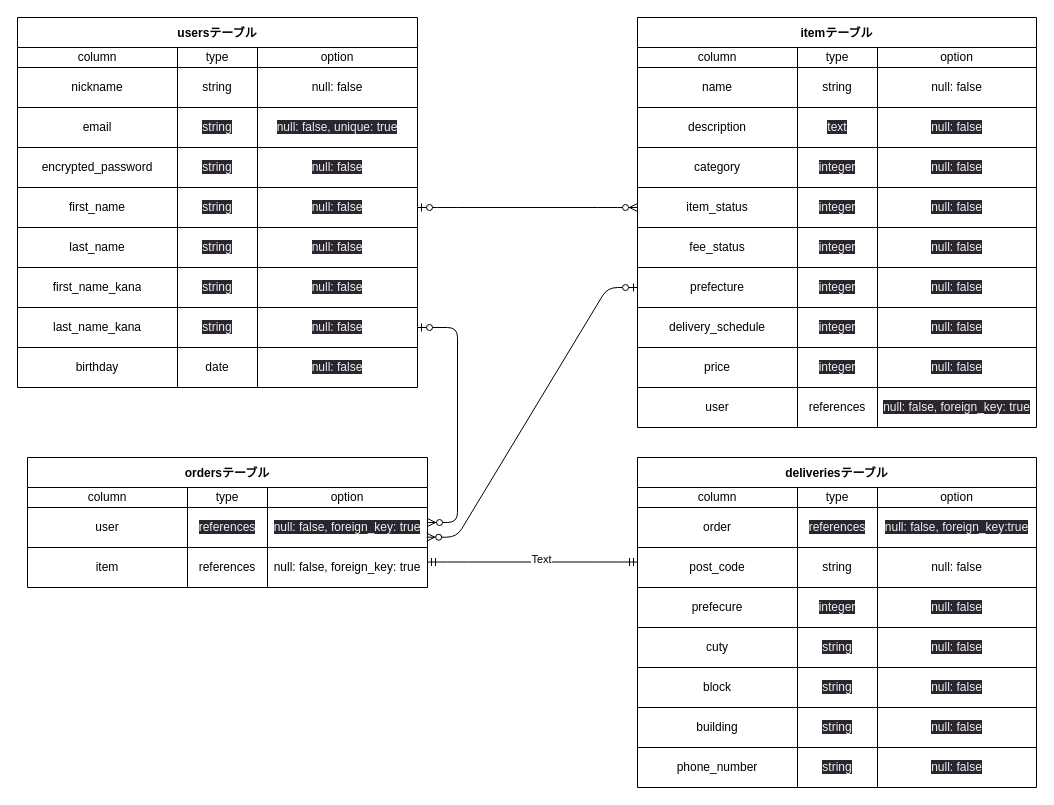
This is furima.dio from en-yoshi/furima-39251, a draw.io file, before an edit. Source tidied: cells renumbered, new cells numbered last; positions are measured from the earlier drawing's top-left corner, leaving out a move shared by most shapes. Both pictures are drawn from the tidied source at 100%, with x=0, y=0 at pixel (17, 17).
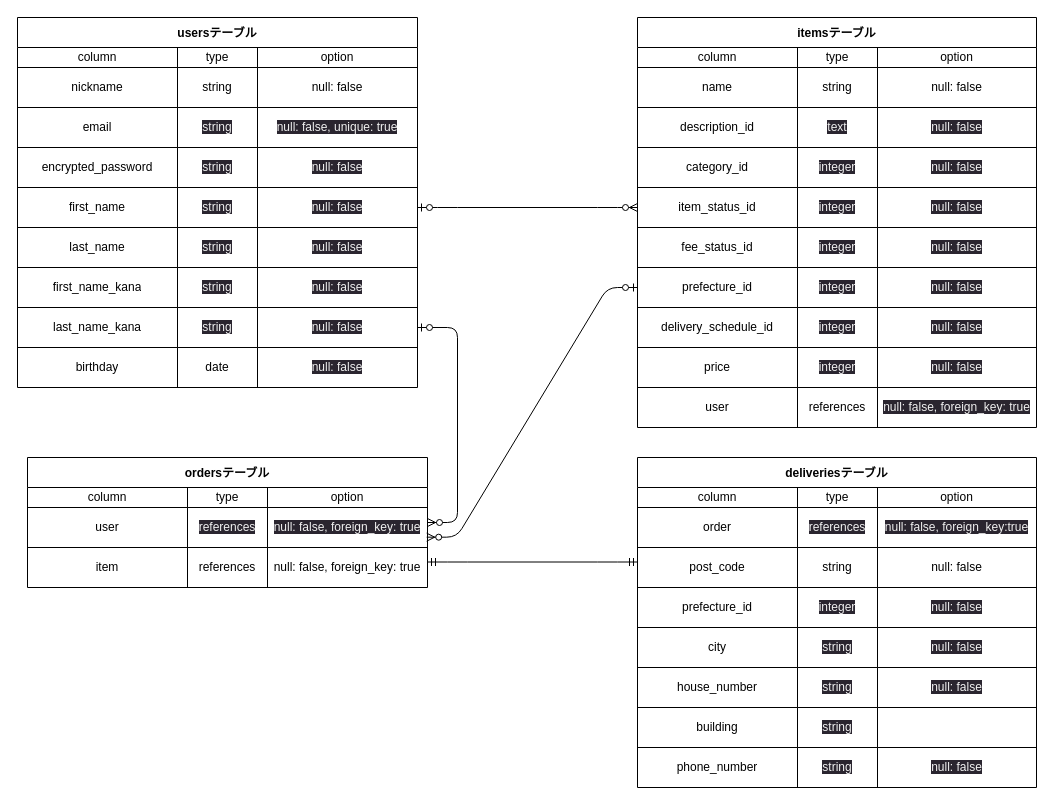
The same diagram, later.

The change refers to these unchanged cells:
```xml
<mxCell id="49" style="shape=tableRow;horizontal=0;startSize=0;swimlaneHead=0;swimlaneBody=0;top=0;left=0;bottom=0;right=0;fillColor=none;" parent="40" vertex="1">
  <mxGeometry y="90" width="399" height="40" as="geometry" />
</mxCell>
<mxCell id="53" style="shape=tableRow;horizontal=0;startSize=0;swimlaneHead=0;swimlaneBody=0;top=0;left=0;bottom=0;right=0;fillColor=none;" parent="40" vertex="1">
  <mxGeometry y="130" width="399" height="40" as="geometry" />
</mxCell>
<mxCell id="57" style="shape=tableRow;horizontal=0;startSize=0;swimlaneHead=0;swimlaneBody=0;top=0;left=0;bottom=0;right=0;fillColor=none;points=[[0,0.5],[1,0.5]];portConstraint=eastwest;" parent="40" vertex="1">
  <mxGeometry y="170" width="399" height="40" as="geometry" />
</mxCell>
<mxCell id="61" style="shape=tableRow;horizontal=0;startSize=0;swimlaneHead=0;swimlaneBody=0;top=0;left=0;bottom=0;right=0;fillColor=none;" parent="40" vertex="1">
  <mxGeometry y="210" width="399" height="40" as="geometry" />
</mxCell>
<mxCell id="65" style="shape=tableRow;horizontal=0;startSize=0;swimlaneHead=0;swimlaneBody=0;top=0;left=0;bottom=0;right=0;fillColor=none;points=[[0,0.5],[1,0.5]];portConstraint=eastwest;" parent="40" vertex="1">
  <mxGeometry y="250" width="399" height="40" as="geometry" />
</mxCell>
<mxCell id="69" style="shape=tableRow;horizontal=0;startSize=0;swimlaneHead=0;swimlaneBody=0;top=0;left=0;bottom=0;right=0;fillColor=none;" parent="40" vertex="1">
  <mxGeometry y="290" width="399" height="40" as="geometry" />
</mxCell>
<mxCell id="109" style="shape=tableRow;horizontal=0;startSize=0;swimlaneHead=0;swimlaneBody=0;top=0;left=0;bottom=0;right=0;fillColor=none;" parent="96" vertex="1">
  <mxGeometry y="130" width="399" height="40" as="geometry" />
</mxCell>
<mxCell id="113" style="shape=tableRow;horizontal=0;startSize=0;swimlaneHead=0;swimlaneBody=0;top=0;left=0;bottom=0;right=0;fillColor=none;" parent="96" vertex="1">
  <mxGeometry y="170" width="399" height="40" as="geometry" />
</mxCell>
<mxCell id="117" style="shape=tableRow;horizontal=0;startSize=0;swimlaneHead=0;swimlaneBody=0;top=0;left=0;bottom=0;right=0;fillColor=none;" parent="96" vertex="1">
  <mxGeometry y="210" width="399" height="40" as="geometry" />
</mxCell>
<mxCell id="121" style="shape=tableRow;horizontal=0;startSize=0;swimlaneHead=0;swimlaneBody=0;top=0;left=0;bottom=0;right=0;fillColor=none;" parent="96" vertex="1">
  <mxGeometry y="250" width="399" height="40" as="geometry" />
</mxCell>
<mxCell id="129" style="edgeStyle=entityRelationEdgeStyle;fontSize=12;html=1;endArrow=ERmandOne;startArrow=ERmandOne;" parent="1" edge="1">
  <mxGeometry relative="1" as="geometry">
    <mxPoint x="410" y="544.5" as="sourcePoint" />
    <mxPoint x="620" y="544.5" as="targetPoint" />
  </mxGeometry>
</mxCell>
```

Change to the diagram source:
```diff
@@
-    <mxCell id="40" value="itemテーブル" style="shape=table;startSize=30;childLayout=tableLayout;fontStyle=1;align=center;shadow=0;" parent="1" vertex="1">
+    <mxCell id="40" value="itemsテーブル" style="shape=table;startSize=30;childLayout=tableLayout;fontStyle=1;align=center;shadow=0;" parent="1" vertex="1">
       <mxGeometry x="620" width="399" height="410" as="geometry" />
     </mxCell>
@@
-    <mxCell id="50" value="description" style="shape=partialRectangle;html=1;whiteSpace=wrap;fillColor=none;top=0;left=0;bottom=0;right=0;overflow=hidden;" parent="49" vertex="1">
+    <mxCell id="50" value="description_id" style="shape=partialRectangle;html=1;whiteSpace=wrap;fillColor=none;top=0;left=0;bottom=0;right=0;overflow=hidden;" parent="49" vertex="1">
       <mxGeometry width="160" height="40" as="geometry" />
     </mxCell>
@@
-    <mxCell id="54" value="category" style="shape=partialRectangle;html=1;whiteSpace=wrap;fillColor=none;top=0;left=0;bottom=0;right=0;overflow=hidden;" parent="53" vertex="1">
+    <mxCell id="54" value="category_id" style="shape=partialRectangle;html=1;whiteSpace=wrap;fillColor=none;top=0;left=0;bottom=0;right=0;overflow=hidden;" parent="53" vertex="1">
       <mxGeometry width="160" height="40" as="geometry" />
     </mxCell>
@@
-    <mxCell id="58" value="item_status" style="shape=partialRectangle;html=1;whiteSpace=wrap;fillColor=none;top=0;left=0;bottom=0;right=0;overflow=hidden;" parent="57" vertex="1">
+    <mxCell id="58" value="item_status_id" style="shape=partialRectangle;html=1;whiteSpace=wrap;fillColor=none;top=0;left=0;bottom=0;right=0;overflow=hidden;" parent="57" vertex="1">
       <mxGeometry width="160" height="40" as="geometry" />
     </mxCell>
@@
-    <mxCell id="62" value="fee_status" style="shape=partialRectangle;html=1;whiteSpace=wrap;fillColor=none;top=0;left=0;bottom=0;right=0;overflow=hidden;" parent="61" vertex="1">
+    <mxCell id="62" value="fee_status_id" style="shape=partialRectangle;html=1;whiteSpace=wrap;fillColor=none;top=0;left=0;bottom=0;right=0;overflow=hidden;" parent="61" vertex="1">
       <mxGeometry width="160" height="40" as="geometry" />
     </mxCell>
@@
-    <mxCell id="66" value="prefecture" style="shape=partialRectangle;html=1;whiteSpace=wrap;fillColor=none;top=0;left=0;bottom=0;right=0;overflow=hidden;" parent="65" vertex="1">
+    <mxCell id="66" value="prefecture_id" style="shape=partialRectangle;html=1;whiteSpace=wrap;fillColor=none;top=0;left=0;bottom=0;right=0;overflow=hidden;" parent="65" vertex="1">
       <mxGeometry width="160" height="40" as="geometry" />
     </mxCell>
@@
-    <mxCell id="70" value="delivery_schedule" style="shape=partialRectangle;html=1;whiteSpace=wrap;fillColor=none;top=0;left=0;bottom=0;right=0;overflow=hidden;" parent="69" vertex="1">
+    <mxCell id="70" value="delivery_schedule_id" style="shape=partialRectangle;html=1;whiteSpace=wrap;fillColor=none;top=0;left=0;bottom=0;right=0;overflow=hidden;" parent="69" vertex="1">
       <mxGeometry width="160" height="40" as="geometry" />
     </mxCell>
@@
-    <mxCell id="110" value="prefecure" style="shape=partialRectangle;html=1;whiteSpace=wrap;fillColor=none;top=0;left=0;bottom=0;right=0;overflow=hidden;" parent="109" vertex="1">
+    <mxCell id="110" value="prefecture_id" style="shape=partialRectangle;html=1;whiteSpace=wrap;fillColor=none;top=0;left=0;bottom=0;right=0;overflow=hidden;" parent="109" vertex="1">
       <mxGeometry width="160" height="40" as="geometry" />
     </mxCell>
@@
-    <mxCell id="114" value="cuty" style="shape=partialRectangle;html=1;whiteSpace=wrap;fillColor=none;top=0;left=0;bottom=0;right=0;overflow=hidden;" parent="113" vertex="1">
+    <mxCell id="114" value="city" style="shape=partialRectangle;html=1;whiteSpace=wrap;fillColor=none;top=0;left=0;bottom=0;right=0;overflow=hidden;" parent="113" vertex="1">
       <mxGeometry width="160" height="40" as="geometry" />
     </mxCell>
@@
-    <mxCell id="118" value="block" style="shape=partialRectangle;html=1;whiteSpace=wrap;fillColor=none;top=0;left=0;bottom=0;right=0;overflow=hidden;" parent="117" vertex="1">
+    <mxCell id="118" value="house_number" style="shape=partialRectangle;html=1;whiteSpace=wrap;fillColor=none;top=0;left=0;bottom=0;right=0;overflow=hidden;" parent="117" vertex="1">
       <mxGeometry width="160" height="40" as="geometry" />
     </mxCell>
@@
-    <mxCell id="124" value="&lt;span style=&quot;color: rgb(240, 240, 240); font-family: Helvetica; font-size: 12px; font-style: normal; font-variant-ligatures: normal; font-variant-caps: normal; font-weight: 400; letter-spacing: normal; orphans: 2; text-align: center; text-indent: 0px; text-transform: none; widows: 2; word-spacing: 0px; -webkit-text-stroke-width: 0px; background-color: rgb(42, 37, 47); text-decoration-thickness: initial; text-decoration-style: initial; text-decoration-color: initial; float: none; display: inline !important;&quot;&gt;null: false&lt;/span&gt;" style="shape=partialRectangle;html=1;whiteSpace=wrap;fillColor=none;top=0;left=0;bottom=0;right=0;overflow=hidden;" parent="121" vertex="1">
+    <mxCell id="124" style="shape=partialRectangle;html=1;whiteSpace=wrap;fillColor=none;top=0;left=0;bottom=0;right=0;overflow=hidden;" parent="121" vertex="1">
       <mxGeometry x="240" width="159" height="40" as="geometry" />
     </mxCell>
@@
-    <mxCell id="130" value="Text" style="edgeLabel;html=1;align=center;verticalAlign=middle;" parent="129" vertex="1">
-      <mxGeometry x="0.07" y="3" relative="1" as="geometry">
-        <mxPoint x="1" as="offset" />
-      </mxGeometry>
-    </mxCell>
```
